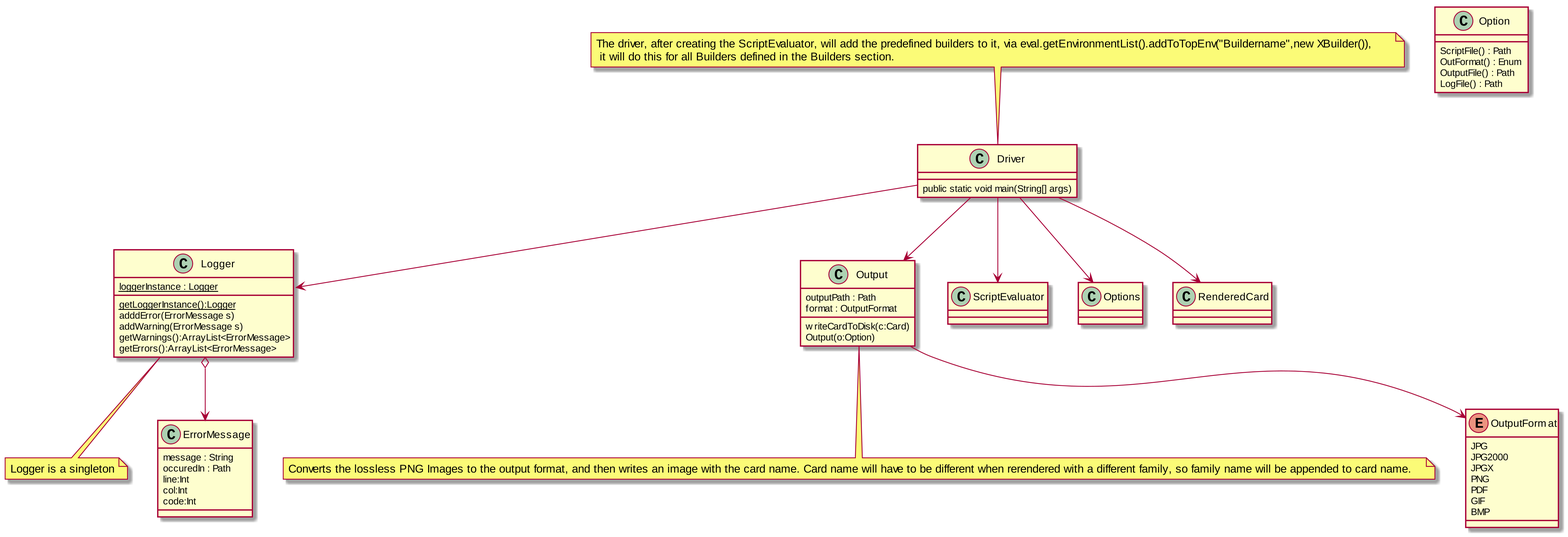
Before: Structure/DriverUML.png, a diagram exported from PlantUML (MatthewBregg/DesignPatternsRepo). Its diagram source:
```plantuml
@startuml
skinparam dpi 300

class Logger
Logger : {static} loggerInstance : Logger
Logger : {static} getLoggerInstance():Logger
Logger : adddError(ErrorMessage s)
Logger : addWarning(ErrorMessage s)
Logger : getWarnings():ArrayList<ErrorMessage>
Logger : getErrors():ArrayList<ErrorMessage>
note bottom : Logger is a singleton



class ErrorMessage
ErrorMessage : message : String
ErrorMessage : occuredIn : Path
ErrorMessage : line:Int
ErrorMessage : col:Int
ErrorMessage : code:Int

Logger o--> ErrorMessage

class Option
Option : ScriptFile() : Path
Option : OutFormat() : Enum
Option : OutputFile() : Path
Option : LogFile() : Path

class Output
Output : outputPath : Path
Output : format : OutputFormat
Output : writeCardToDisk(c:Card)
Output : Output(o:Option)
note bottom : Converts the lossless PNG Images to the output format, and then writes an image with the card name. Card name will have to be different when rerendered with a different family, so family name will be appended to card name.


enum OutputFormat {
  JPG
  JPG2000
  JPGX
  PNG
  PDF
  GIF
  BMP
}

class Driver
Driver : public static void main(String[] args)

note top : The driver, after creating the ScriptEvaluator, will add the predefined builders to it, via eval.getEnvironmentList().addToTopEnv("Buildername",new XBuilder()), \n it will do this for all Builders defined in the Builders section.

Output --> OutputFormat

Driver --> Output
Driver --> ScriptEvaluator
Driver --> Options
Driver --> Logger
Driver --> RenderedCard




@enduml
```
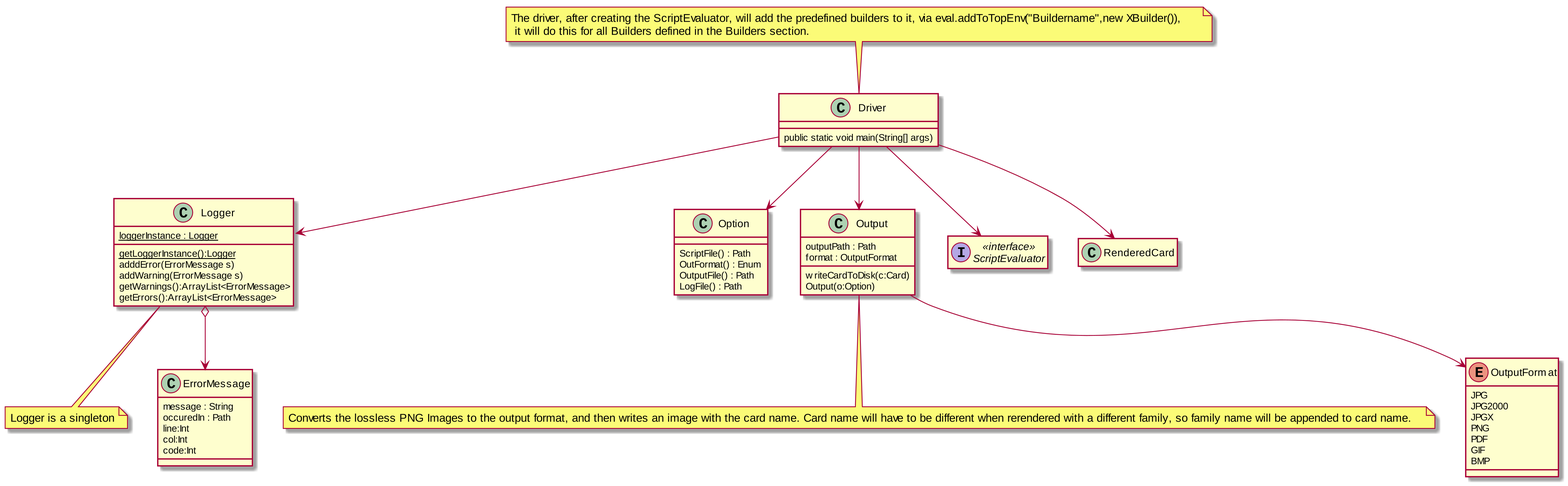
Later version of the same file.

Commit message:
Updated lexer driver script evaluator

Diff of the diagram source:
```diff
@@ -48,13 +48,21 @@
 class Driver
 Driver : public static void main(String[] args)
 
-note top : The driver, after creating the ScriptEvaluator, will add the predefined builders to it, via eval.getEnvironmentList().addToTopEnv("Buildername",new XBuilder()), \n it will do this for all Builders defined in the Builders section.
+note top : The driver, after creating the ScriptEvaluator, will add the predefined builders to it, via eval.addToTopEnv("Buildername",new XBuilder()), \n it will do this for all Builders defined in the Builders section.
 
 Output --> OutputFormat
 
+interface ScriptEvaluator << interface >>
+hide ScriptEvaluator methods
+hide ScriptEvaluator members
+
+class RenderedCard
+hide RenderedCard methods
+hide RenderedCard members
+
 Driver --> Output
 Driver --> ScriptEvaluator
-Driver --> Options
+Driver --> Option
 Driver --> Logger
 Driver --> RenderedCard
 
```
